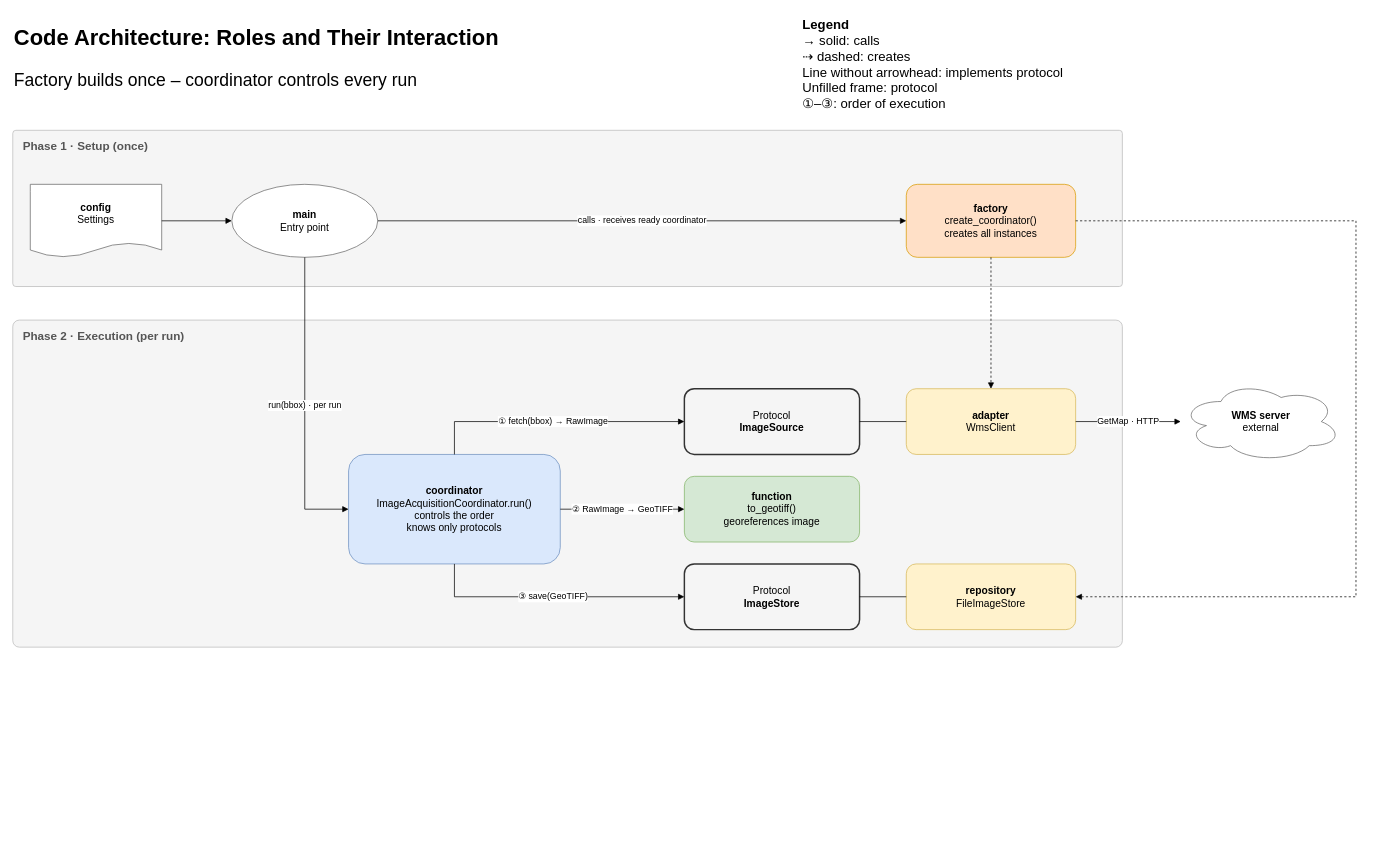
Before: page "v1-architecture" (3 of 3) of docs/code-architecture.drawio in TI-Wood-Resource-Monitoring/wood-industry-sites-detection, a draw.io diagram. Source tidied: cells renumbered, new cells numbered last; positions are measured from the earlier drawing's top-left corner, leaving out a move shared by most shapes. Both pictures are drawn from the tidied source at 73%, with x=0, y=0 at pixel (12, 12).
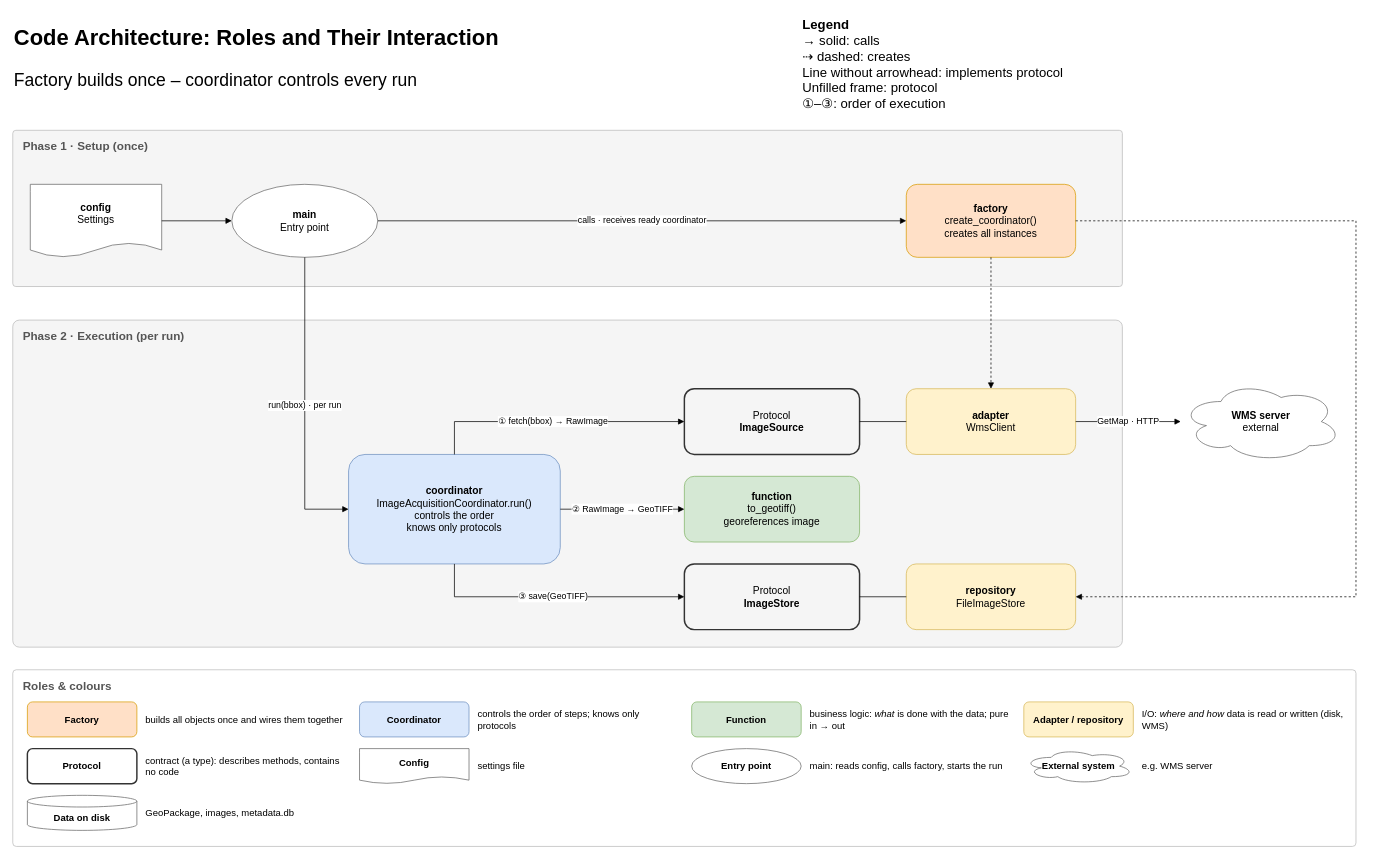
After the change.

Commit message (it also covers changes not shown here):
docs: rework concept, roles and diagram

What changed in the source:
```diff
@@
+    <mxCell id="28" value="Roles &amp;amp; colours" style="rounded=1;arcSize=2;whiteSpace=wrap;html=1;fillColor=#FFFFFF;strokeColor=#BBBBBB;verticalAlign=top;align=left;spacingLeft=12;spacingTop=6;fontStyle=1;fontSize=16;fontColor=#555555;" parent="1" vertex="1">
+      <mxGeometry y="900" width="1840" height="242" as="geometry" />
+    </mxCell>
+    <mxCell id="29" value="Factory" style="whiteSpace=wrap;html=1;fontSize=13;fontStyle=1;rounded=1;fillColor=#FFE0C7;strokeColor=#D79B00;" parent="1" vertex="1">
+      <mxGeometry x="20" y="944" width="150" height="48" as="geometry" />
+    </mxCell>
+    <mxCell id="30" value="builds all objects once and wires them together" style="text;html=1;whiteSpace=wrap;align=left;verticalAlign=middle;fontSize=13;" parent="1" vertex="1">
+      <mxGeometry x="180" y="944" width="280" height="48" as="geometry" />
+    </mxCell>
+    <mxCell id="31" value="Coordinator" style="whiteSpace=wrap;html=1;fontSize=13;fontStyle=1;rounded=1;fillColor=#DAE8FC;strokeColor=#6C8EBF;" parent="1" vertex="1">
+      <mxGeometry x="475" y="944" width="150" height="48" as="geometry" />
+    </mxCell>
+    <mxCell id="32" value="controls the order of steps; knows only protocols" style="text;html=1;whiteSpace=wrap;align=left;verticalAlign=middle;fontSize=13;" parent="1" vertex="1">
+      <mxGeometry x="635" y="944" width="280" height="48" as="geometry" />
+    </mxCell>
+    <mxCell id="33" value="Function" style="whiteSpace=wrap;html=1;fontSize=13;fontStyle=1;rounded=1;fillColor=#D5E8D4;strokeColor=#82B366;" parent="1" vertex="1">
+      <mxGeometry x="930" y="944" width="150" height="48" as="geometry" />
+    </mxCell>
+    <mxCell id="34" value="business logic: &lt;i&gt;what&lt;/i&gt; is done with the data; pure in → out" style="text;html=1;whiteSpace=wrap;align=left;verticalAlign=middle;fontSize=13;" parent="1" vertex="1">
+      <mxGeometry x="1090" y="944" width="280" height="48" as="geometry" />
+    </mxCell>
+    <mxCell id="35" value="Adapter / repository" style="whiteSpace=wrap;html=1;fontSize=13;fontStyle=1;rounded=1;fillColor=#FFF2CC;strokeColor=#D6B656;" parent="1" vertex="1">
+      <mxGeometry x="1385" y="944" width="150" height="48" as="geometry" />
+    </mxCell>
+    <mxCell id="36" value="I/O: &lt;i&gt;where and how&lt;/i&gt; data is read or written (disk, WMS)" style="text;html=1;whiteSpace=wrap;align=left;verticalAlign=middle;fontSize=13;" parent="1" vertex="1">
+      <mxGeometry x="1545" y="944" width="280" height="48" as="geometry" />
+    </mxCell>
+    <mxCell id="37" value="Protocol" style="whiteSpace=wrap;html=1;fontSize=13;fontStyle=1;rounded=1;fillColor=none;strokeColor=#333333;strokeWidth=2;" parent="1" vertex="1">
+      <mxGeometry x="20" y="1008" width="150" height="48" as="geometry" />
+    </mxCell>
+    <mxCell id="38" value="contract (a type): describes methods, contains no code" style="text;html=1;whiteSpace=wrap;align=left;verticalAlign=middle;fontSize=13;" parent="1" vertex="1">
+      <mxGeometry x="180" y="1008" width="280" height="48" as="geometry" />
+    </mxCell>
+    <mxCell id="39" value="Config" style="whiteSpace=wrap;html=1;fontSize=13;fontStyle=1;shape=document;boundedLbl=1;size=0.2;fillColor=#FFFFFF;strokeColor=#666666;" parent="1" vertex="1">
+      <mxGeometry x="475" y="1008" width="150" height="48" as="geometry" />
+    </mxCell>
+    <mxCell id="40" value="settings file" style="text;html=1;whiteSpace=wrap;align=left;verticalAlign=middle;fontSize=13;" parent="1" vertex="1">
+      <mxGeometry x="635" y="1008" width="280" height="48" as="geometry" />
+    </mxCell>
+    <mxCell id="41" value="Entry point" style="whiteSpace=wrap;html=1;fontSize=13;fontStyle=1;ellipse;fillColor=#FFFFFF;strokeColor=#666666;" parent="1" vertex="1">
+      <mxGeometry x="930" y="1008" width="150" height="48" as="geometry" />
+    </mxCell>
+    <mxCell id="42" value="main: reads config, calls factory, starts the run" style="text;html=1;whiteSpace=wrap;align=left;verticalAlign=middle;fontSize=13;" parent="1" vertex="1">
+      <mxGeometry x="1090" y="1008" width="280" height="48" as="geometry" />
+    </mxCell>
+    <mxCell id="43" value="External system" style="whiteSpace=wrap;html=1;fontSize=13;fontStyle=1;ellipse;shape=cloud;fillColor=#FFFFFF;strokeColor=#666666;" parent="1" vertex="1">
+      <mxGeometry x="1385" y="1008" width="150" height="48" as="geometry" />
+    </mxCell>
+    <mxCell id="44" value="e.g. WMS server" style="text;html=1;whiteSpace=wrap;align=left;verticalAlign=middle;fontSize=13;" parent="1" vertex="1">
+      <mxGeometry x="1545" y="1008" width="280" height="48" as="geometry" />
+    </mxCell>
+    <mxCell id="45" value="Data on disk" style="whiteSpace=wrap;html=1;fontSize=13;fontStyle=1;shape=cylinder3;boundedLbl=1;size=8;fillColor=#FFFFFF;strokeColor=#666666;" parent="1" vertex="1">
+      <mxGeometry x="20" y="1072" width="150" height="48" as="geometry" />
+    </mxCell>
+    <mxCell id="46" value="GeoPackage, images, metadata.db" style="text;html=1;whiteSpace=wrap;align=left;verticalAlign=middle;fontSize=13;" parent="1" vertex="1">
+      <mxGeometry x="180" y="1072" width="280" height="48" as="geometry" />
+    </mxCell>
```
